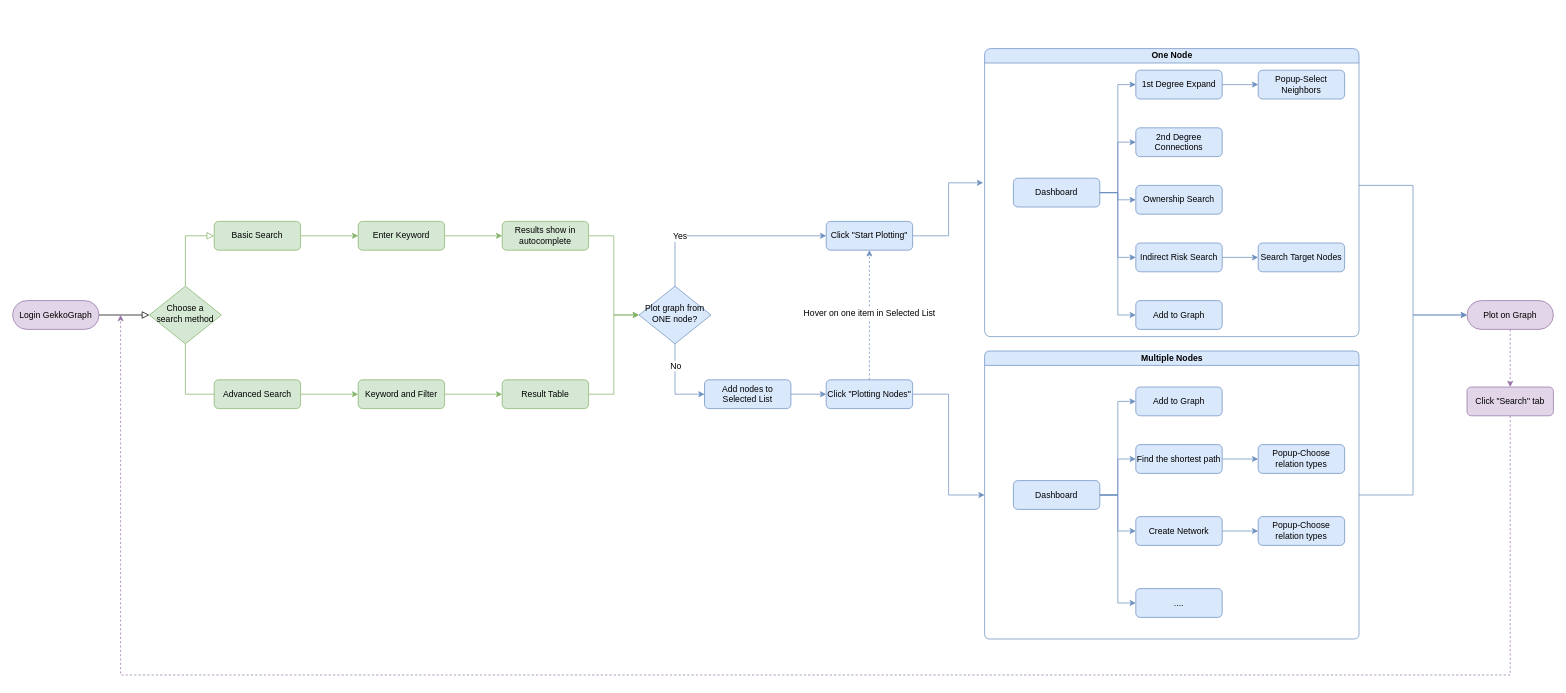
Above: Graph v2.9.drawio in wanzihuksy/wanzi-yo (draw.io), before the change. Source tidied: cells renumbered, new cells numbered last; positions are measured from the earlier drawing's top-left corner, leaving out a move shared by most shapes. Both pictures are drawn from the tidied source at 72%, with x=0, y=0 at pixel (12, 48).
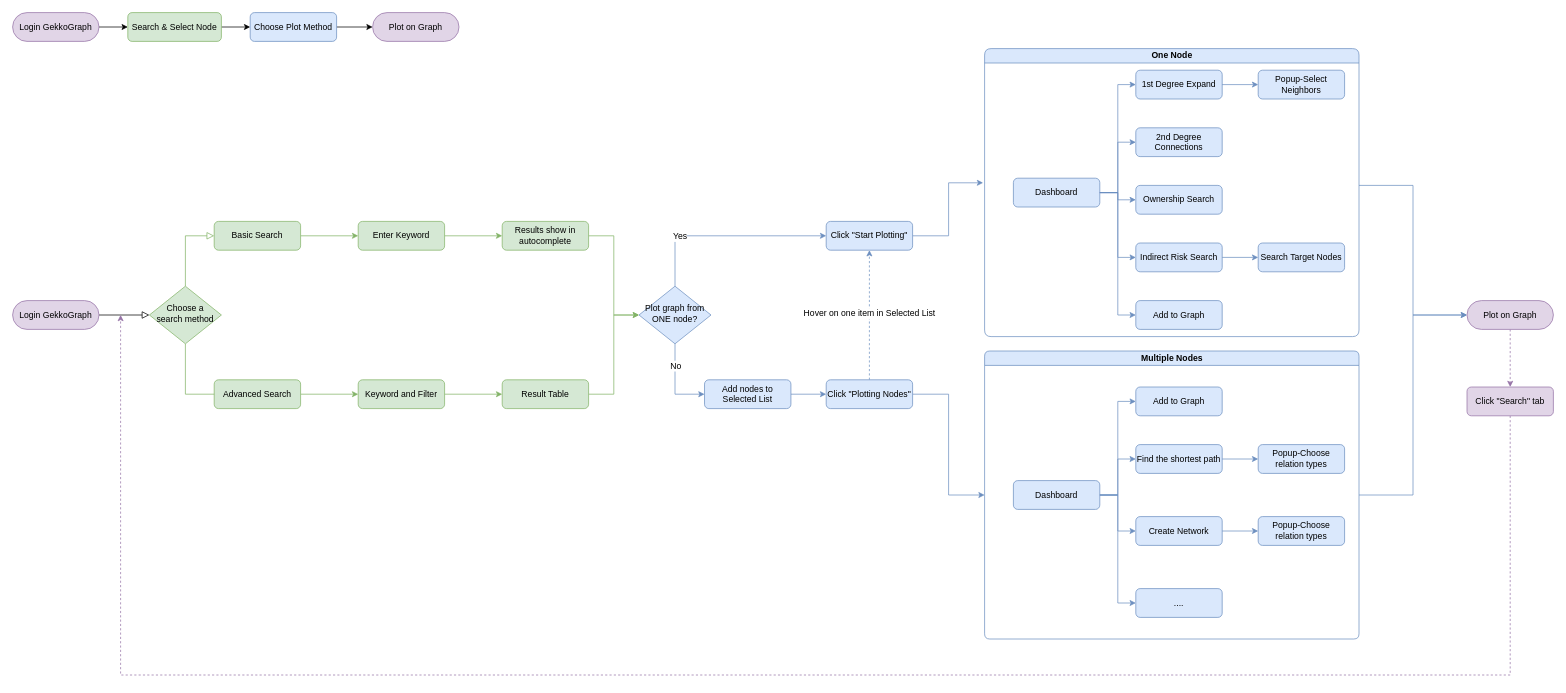
The same page after the edit.

What changed in the source:
```diff
@@
+    <mxCell id="68" style="edgeStyle=orthogonalEdgeStyle;rounded=0;jettySize=auto;html=1;entryX=0;entryY=0.5;entryDx=0;entryDy=0;fontSize=12;fontColor=#7EA6E0;" parent="1" edge="1" source="69" target="71">
+      <mxGeometry relative="1" as="geometry" />
+    </mxCell>
+    <mxCell id="69" value="Login GekkoGraph" style="rounded=1;whiteSpace=wrap;html=1;fontSize=12;glass=0;strokeWidth=1;shadow=0;arcSize=50;fillColor=#e1d5e7;strokeColor=#9673a6;" parent="1" vertex="1">
+      <mxGeometry y="-50" width="120" height="40" as="geometry" />
+    </mxCell>
+    <mxCell id="70" style="edgeStyle=orthogonalEdgeStyle;rounded=0;jettySize=auto;html=1;entryX=0;entryY=0.5;entryDx=0;entryDy=0;fontSize=12;fontColor=#7EA6E0;" parent="1" edge="1" source="71" target="73">
+      <mxGeometry relative="1" as="geometry" />
+    </mxCell>
+    <mxCell id="71" value="Search &amp;amp; Select Node" style="rounded=1;whiteSpace=wrap;html=1;fontSize=12;glass=0;strokeWidth=1;shadow=0;fillColor=#d5e8d4;strokeColor=#82b366;" parent="1" vertex="1">
+      <mxGeometry x="160" y="-50" width="130" height="40" as="geometry" />
+    </mxCell>
+    <mxCell id="72" style="edgeStyle=orthogonalEdgeStyle;rounded=0;jettySize=auto;html=1;entryX=0;entryY=0.5;entryDx=0;entryDy=0;fontSize=12;fontColor=#7EA6E0;" parent="1" edge="1" source="73" target="74">
+      <mxGeometry relative="1" as="geometry" />
+    </mxCell>
+    <mxCell id="73" value="Choose Plot Method" style="rounded=1;whiteSpace=wrap;html=1;fontSize=12;glass=0;strokeWidth=1;shadow=0;fillColor=#dae8fc;strokeColor=#6c8ebf;" parent="1" vertex="1">
+      <mxGeometry x="330" y="-50" width="120" height="40" as="geometry" />
+    </mxCell>
+    <mxCell id="74" value="Plot on Graph" style="rounded=1;whiteSpace=wrap;html=1;fontSize=12;glass=0;strokeWidth=1;shadow=0;arcSize=50;fillColor=#e1d5e7;strokeColor=#9673a6;" parent="1" vertex="1">
+      <mxGeometry x="500" y="-50" width="120" height="40" as="geometry" />
+    </mxCell>
```
